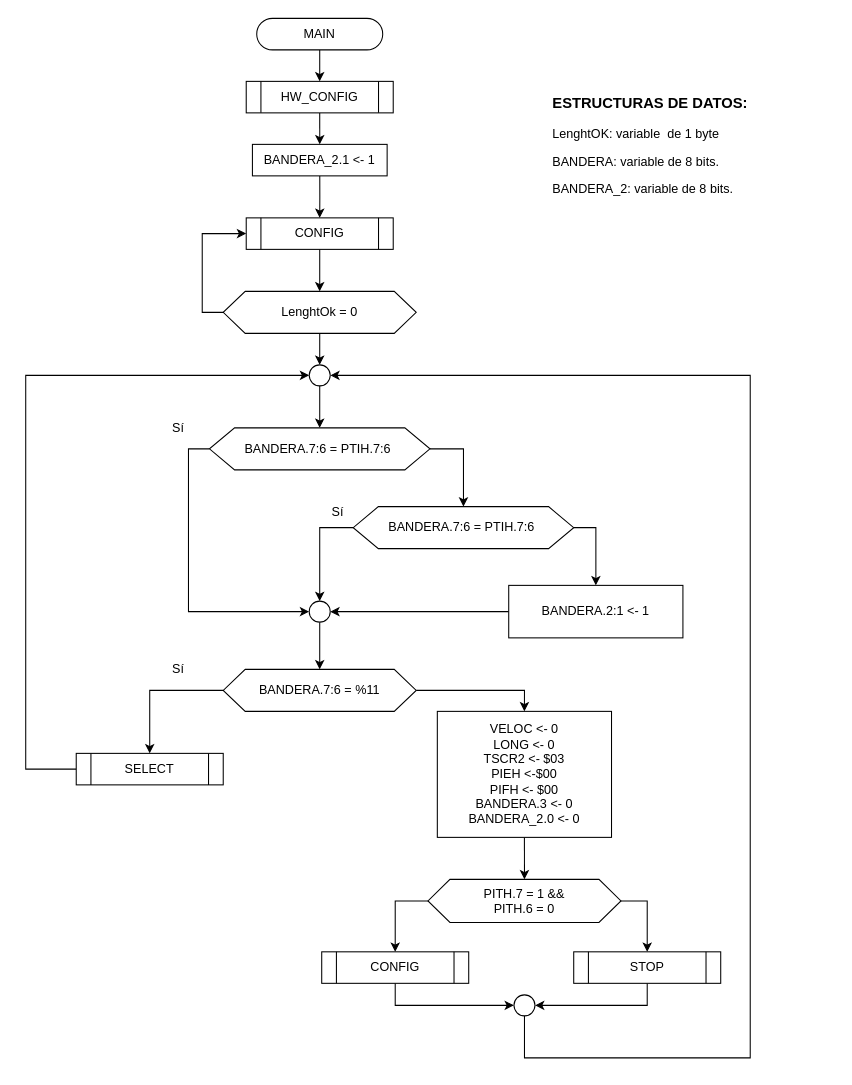
moisotico/Microprocesadores keeps this draw.io diagram as Proyecto/diagrams/main.drawio. Above is the earlier version. Source tidied: cells renumbered, new cells numbered last; positions are measured from the earlier drawing's top-left corner, leaving out a move shared by most shapes. Both pictures are drawn from the tidied source at 105%, with x=0, y=0 at pixel (25, 18).
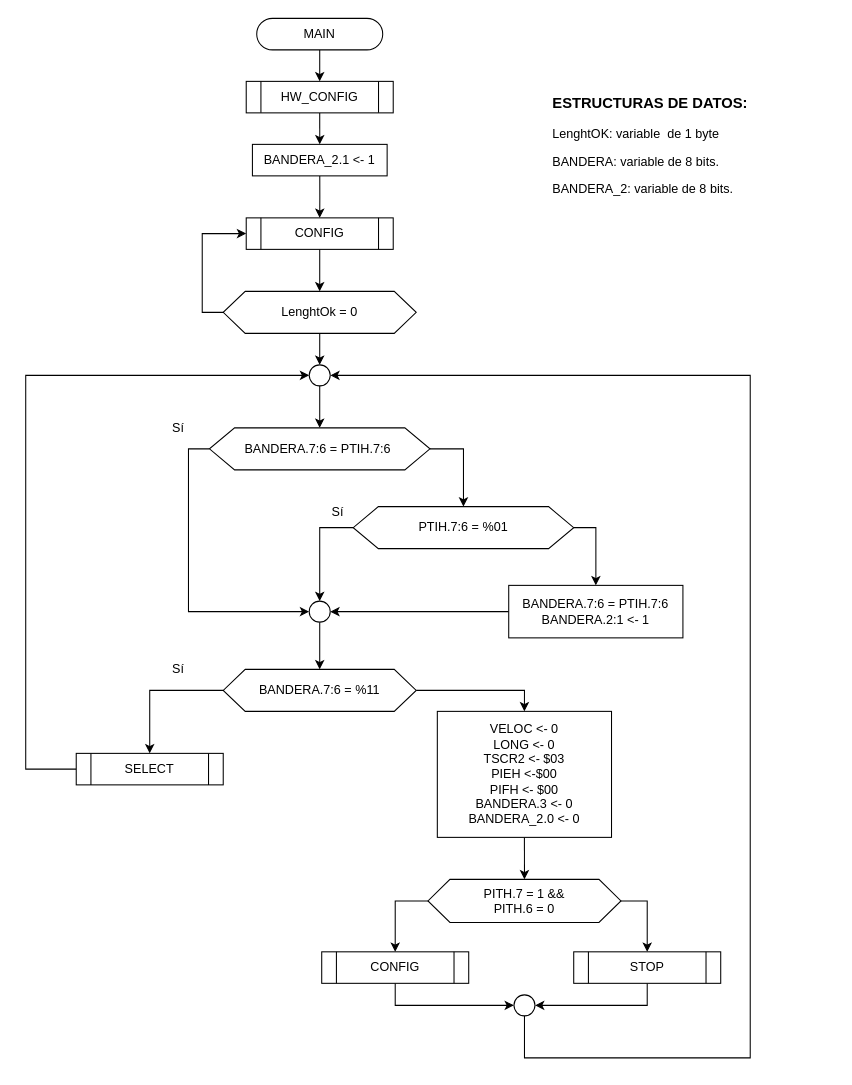
The same page after the edit.

Diff of the diagram source:
```diff
@@
-    <mxCell id="38" value="&lt;span&gt;BANDERA.7:6 = &lt;/span&gt;PTIH.7:6&amp;nbsp;&lt;span&gt;&lt;br&gt;&lt;/span&gt;" style="shape=hexagon;perimeter=hexagonPerimeter2;whiteSpace=wrap;html=1;size=0.11394117647058827;" parent="1" vertex="1">
+    <mxCell id="38" value="PTIH.7:6 = %01&lt;span&gt;&lt;br&gt;&lt;/span&gt;" style="shape=hexagon;perimeter=hexagonPerimeter2;whiteSpace=wrap;html=1;size=0.11394117647058827;" parent="1" vertex="1">
       <mxGeometry x="311.9" y="465" width="210" height="40" as="geometry" />
     </mxCell>
@@
-    <mxCell id="40" value="&lt;span&gt;BANDERA.2:1 &amp;lt;- 1&lt;/span&gt;" style="rounded=0;whiteSpace=wrap;html=1;" parent="1" vertex="1">
+    <mxCell id="40" value="BANDERA.7:6 = PTIH.7:6&lt;span&gt;&lt;br&gt;BANDERA.2:1 &amp;lt;- 1&lt;/span&gt;" style="rounded=0;whiteSpace=wrap;html=1;" parent="1" vertex="1">
       <mxGeometry x="460" y="540" width="165.9" height="50" as="geometry" />
     </mxCell>
```
